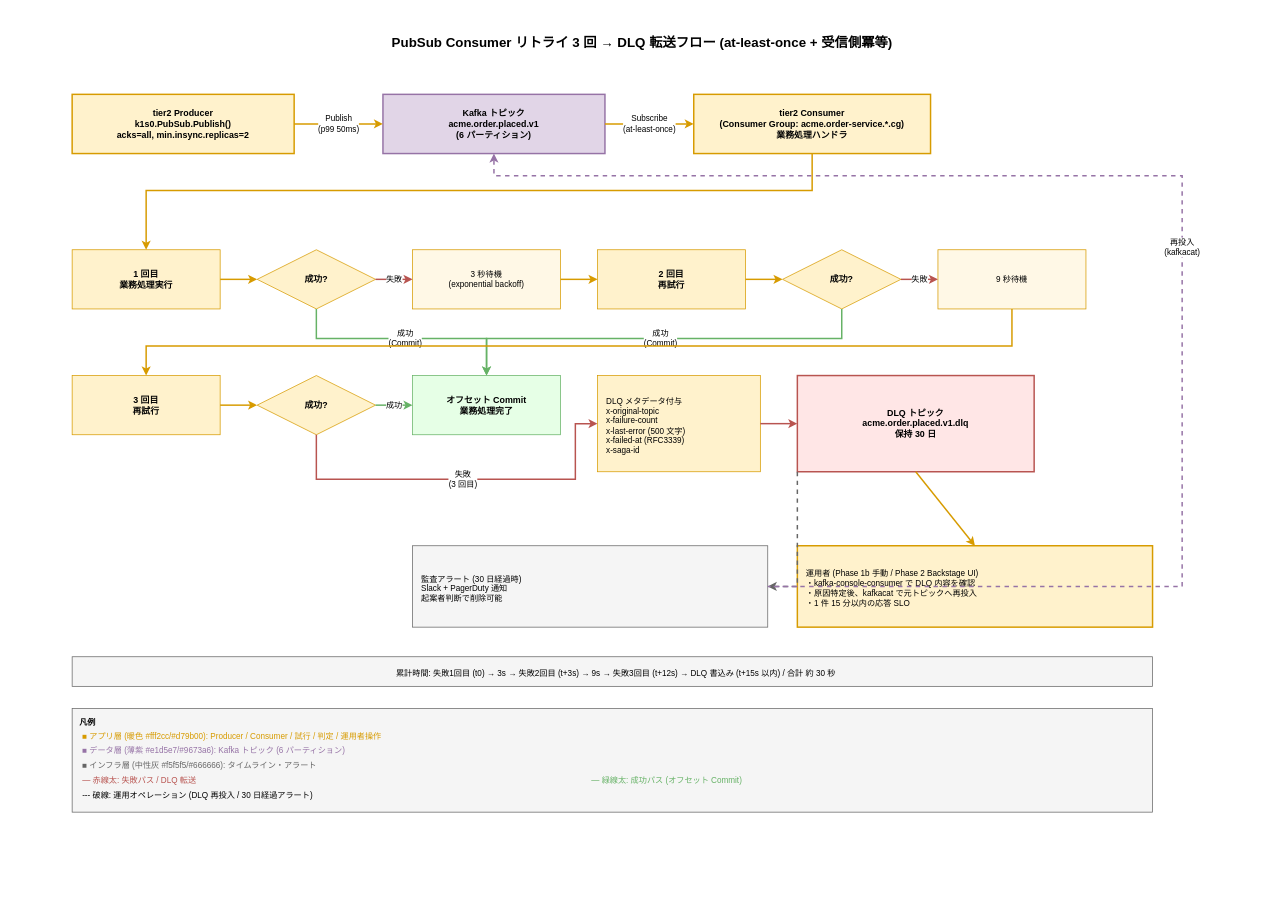
Earlier version of the draw.io diagram docs/04_概要設計/40_制御方式設計/img/pubsub_dlq_retry_flow.drawio (RyuheiKiso/k1s0). Source tidied: cells renumbered, new cells numbered last; positions are measured from the earlier drawing's top-left corner, leaving out a move shared by most shapes. Both pictures are drawn from the tidied source at 74%, with x=0, y=0 at pixel (13, 13).
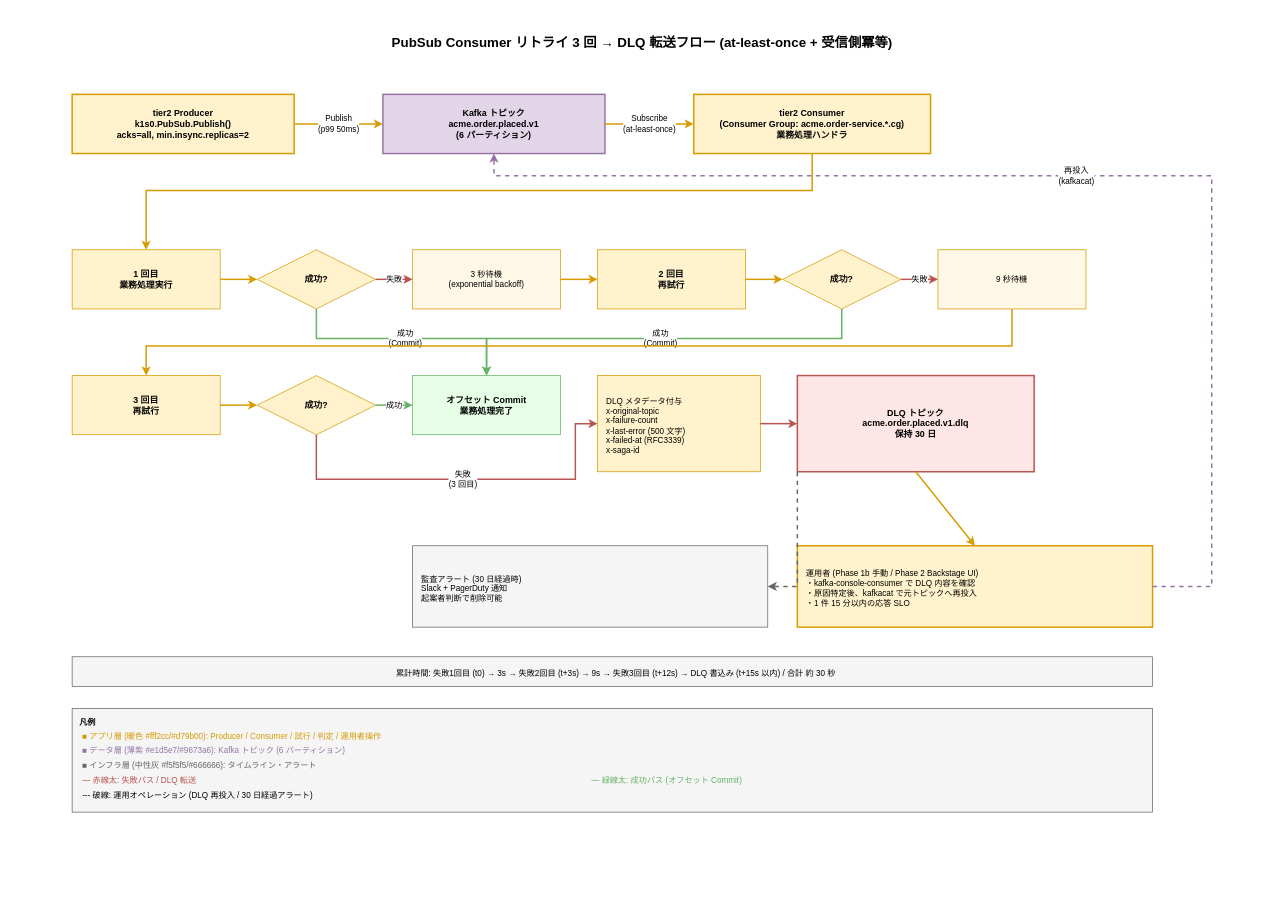
Above is the later version.

Unchanged cells that the change refers to:
```xml
<mxCell id="5" value="Kafka トピック&#10;acme.order.placed.v1&#10;(6 パーティション)" style="rounded=0;whiteSpace=wrap;html=1;fillColor=#e1d5e7;strokeColor=#9673a6;fontSize=12;fontStyle=1;fontColor=#000000;strokeWidth=2;" parent="1" vertex="1">
  <mxGeometry x="500" y="110" width="300" height="80" as="geometry" />
</mxCell>
<mxCell id="18" value="運用者 (Phase 1b 手動 / Phase 2 Backstage UI)&#10;・kafka-console-consumer で DLQ 内容を確認&#10;・原因特定後、kafkacat で元トピックへ再投入&#10;・1 件 15 分以内の応答 SLO" style="rounded=0;whiteSpace=wrap;html=1;fillColor=#fff2cc;strokeColor=#d79b00;fontSize=11;fontColor=#000000;align=left;spacingLeft=10;spacingTop=6;strokeWidth=2;" parent="1" vertex="1">
  <mxGeometry x="1060" y="720" width="480" height="110" as="geometry" />
</mxCell>
```

The edit, as a diff of the source:
```diff
@@
-    <mxCell id="37" value="再投入&#10;(kafkacat)" style="edgeStyle=orthogonalEdgeStyle;rounded=0;html=1;exitX=0;exitY=0.5;exitDx=0;exitDy=0;entryX=0.5;entryY=1;entryDx=0;entryDy=0;strokeColor=#9673a6;strokeWidth=2;dashed=1;fontSize=11;fontColor=#000000;" parent="1" edge="1" source="18" target="5">
+    <mxCell id="37" value="再投入&#10;(kafkacat)" style="edgeStyle=orthogonalEdgeStyle;rounded=0;html=1;exitX=1;exitY=0.5;exitDx=0;exitDy=0;entryX=0.5;entryY=1;entryDx=0;entryDy=0;strokeColor=#9673a6;strokeWidth=2;dashed=1;fontSize=11;fontColor=#000000;" parent="1" edge="1" source="18" target="5">
       <mxGeometry relative="1" as="geometry">
         <Array as="points">
-          <mxPoint x="1020" y="775" />
-          <mxPoint x="1580" y="775" />
-          <mxPoint x="1580" y="220" />
+          <mxPoint x="1620" y="775" />
+          <mxPoint x="1620" y="220" />
           <mxPoint x="650" y="220" />
         </Array>
       </mxGeometry>
     </mxCell>
```
